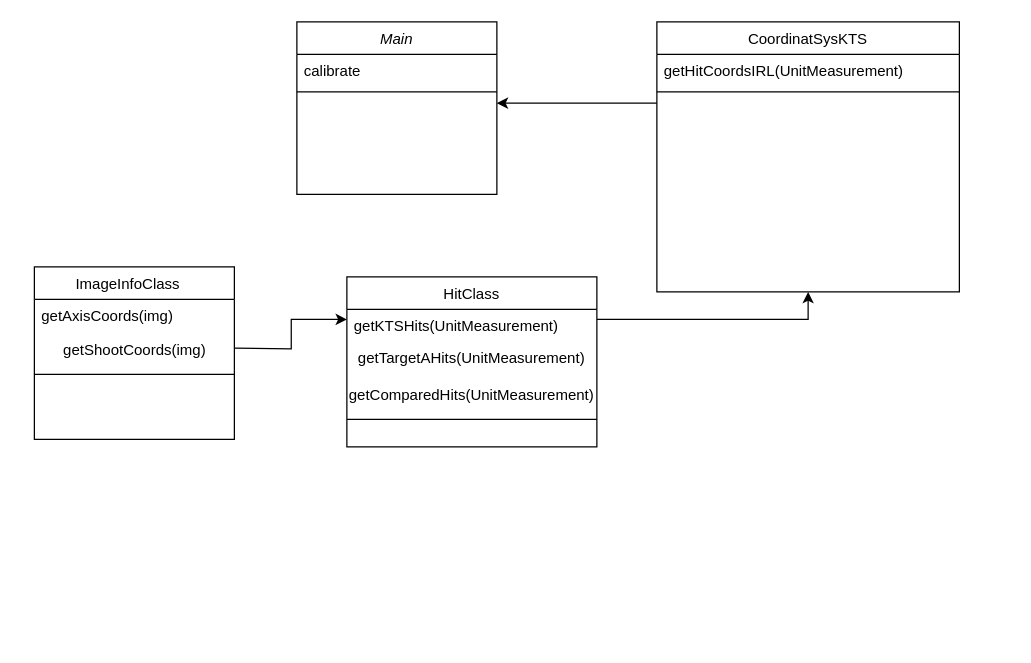
Sauel2000/WebBachelor keeps this draw.io diagram as Program/samuel_filer/ClassCommunication.drawio. Above is the earlier version. Source tidied: cells renumbered, new cells numbered last; positions are measured from the earlier drawing's top-left corner, leaving out a move shared by most shapes. Both pictures are drawn from the tidied source at 125%, with x=0, y=0 at pixel (34, 21).
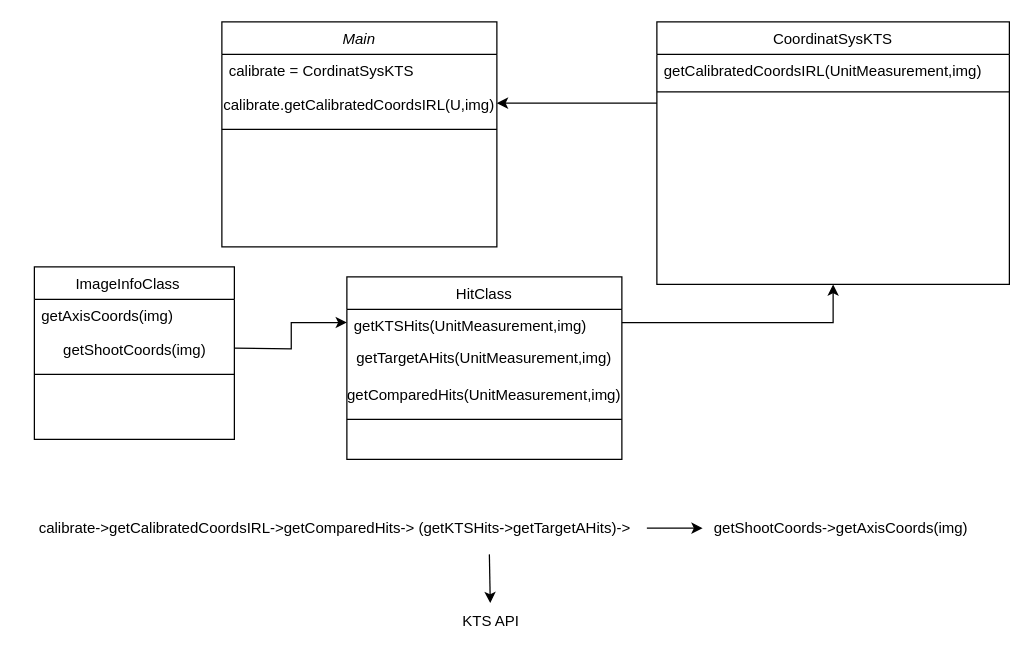
After the change.

What changed in the source:
```diff
@@
     <mxCell id="2" value="Main" style="swimlane;fontStyle=2;align=center;verticalAlign=top;horizontal=1;startSize=26;rounded=0;shadow=0;strokeWidth=1;" parent="1" vertex="1">
-      <mxGeometry x="210" width="160" height="138" as="geometry" />
+      <mxGeometry x="150" width="220" height="180" as="geometry" />
     </mxCell>
-    <mxCell id="3" value="calibrate" style="text;align=left;verticalAlign=top;spacingLeft=4;spacingRight=4;overflow=hidden;" parent="2" vertex="1">
-      <mxGeometry y="26" width="160" height="26" as="geometry" />
+    <mxCell id="3" value="calibrate = CordinatSysKTS" style="text;align=left;verticalAlign=top;spacingLeft=4;spacingRight=4;overflow=hidden;" parent="2" vertex="1">
+      <mxGeometry y="26" width="220" height="26" as="geometry" />
     </mxCell>
+    <mxCell id="20" value="calibrate.getCalibratedCoordsIRL(U,img)" style="text;html=1;strokeColor=none;fillColor=none;align=center;verticalAlign=middle;whiteSpace=wrap;rounded=0;" parent="2" vertex="1">
+      <mxGeometry y="52" width="220" height="30" as="geometry" />
+    </mxCell>
     <mxCell id="4" style="line;html=1;strokeWidth=1;align=left;verticalAlign=middle;spacingTop=-1;spacingLeft=3;spacingRight=3;labelPosition=right;" parent="2" vertex="1">
-      <mxGeometry y="52" width="160" height="8" as="geometry" />
+      <mxGeometry y="82" width="220" height="8" as="geometry" />
     </mxCell>
@@
     <mxCell id="10" value="HitClass" style="swimlane;fontStyle=0;align=center;verticalAlign=top;horizontal=1;startSize=26;rounded=0;shadow=0;strokeWidth=1;" parent="1" vertex="1">
-      <mxGeometry x="250" y="204" width="200" height="136" as="geometry" />
+      <mxGeometry x="250" y="204" width="220" height="146" as="geometry" />
     </mxCell>
-    <mxCell id="11" value="getKTSHits(UnitMeasurement)&#10;" style="text;align=left;verticalAlign=top;spacingLeft=4;spacingRight=4;overflow=hidden;" parent="10" vertex="1">
-      <mxGeometry y="26" width="200" height="24" as="geometry" />
+    <mxCell id="11" value="getKTSHits(UnitMeasurement,img)&#10;" style="text;align=left;verticalAlign=top;spacingLeft=4;spacingRight=4;overflow=hidden;" parent="10" vertex="1">
+      <mxGeometry y="26" width="220" height="24" as="geometry" />
     </mxCell>
-    <mxCell id="12" value="getTargetAHits(UnitMeasurement)" style="text;html=1;strokeColor=none;fillColor=none;align=center;verticalAlign=middle;whiteSpace=wrap;rounded=0;" parent="10" vertex="1">
-      <mxGeometry y="50" width="200" height="30" as="geometry" />
+    <mxCell id="12" value="getTargetAHits(UnitMeasurement,img)" style="text;html=1;strokeColor=none;fillColor=none;align=center;verticalAlign=middle;whiteSpace=wrap;rounded=0;" parent="10" vertex="1">
+      <mxGeometry y="50" width="220" height="30" as="geometry" />
     </mxCell>
-    <mxCell id="13" value="getComparedHits(UnitMeasurement)" style="text;html=1;strokeColor=none;fillColor=none;align=center;verticalAlign=middle;whiteSpace=wrap;rounded=0;" parent="10" vertex="1">
-      <mxGeometry y="80" width="200" height="30" as="geometry" />
+    <mxCell id="13" value="getComparedHits(UnitMeasurement,img)" style="text;html=1;strokeColor=none;fillColor=none;align=center;verticalAlign=middle;whiteSpace=wrap;rounded=0;" parent="10" vertex="1">
+      <mxGeometry y="80" width="220" height="30" as="geometry" />
     </mxCell>
     <mxCell id="14" style="line;html=1;strokeWidth=1;align=left;verticalAlign=middle;spacingTop=-1;spacingLeft=3;spacingRight=3;labelPosition=right;" parent="10" vertex="1">
-      <mxGeometry y="110" width="200" height="8" as="geometry" />
+      <mxGeometry y="110" width="220" height="8" as="geometry" />
     </mxCell>
     <mxCell id="15" value="CoordinatSysKTS" style="swimlane;fontStyle=0;align=center;verticalAlign=top;horizontal=1;startSize=26;rounded=0;shadow=0;strokeWidth=1;" parent="1" vertex="1">
-      <mxGeometry x="498" width="242" height="216" as="geometry" />
+      <mxGeometry x="498" width="282" height="210" as="geometry" />
     </mxCell>
-    <mxCell id="16" value="getHitCoordsIRL(UnitMeasurement)&#10;" style="text;align=left;verticalAlign=top;spacingLeft=4;spacingRight=4;overflow=hidden;" parent="15" vertex="1">
-      <mxGeometry y="26" width="242" height="26" as="geometry" />
+    <mxCell id="16" value="getCalibratedCoordsIRL(UnitMeasurement,img)&#10;" style="text;align=left;verticalAlign=top;spacingLeft=4;spacingRight=4;overflow=hidden;" parent="15" vertex="1">
+      <mxGeometry y="26" width="282" height="26" as="geometry" />
     </mxCell>
     <mxCell id="17" style="line;html=1;strokeWidth=1;align=left;verticalAlign=middle;spacingTop=-1;spacingLeft=3;spacingRight=3;labelPosition=right;" parent="15" vertex="1">
-      <mxGeometry y="52" width="242" height="8" as="geometry" />
+      <mxGeometry y="52" width="282" height="8" as="geometry" />
     </mxCell>
@@
+    <mxCell id="21" value="calibrate-&amp;gt;getCalibratedCoordsIRL-&amp;gt;getComparedHits-&amp;gt; (getKTSHits-&amp;gt;getTargetAHits)-&amp;gt;" style="text;html=1;align=center;verticalAlign=middle;points=[];strokeColor=none;fillColor=none;" parent="1" vertex="1">
+      <mxGeometry x="-10" y="390" width="500" height="30" as="geometry" />
+    </mxCell>
+    <mxCell id="22" value="KTS API" style="text;html=1;align=center;verticalAlign=middle;points=[];strokeColor=none;fillColor=none;" parent="1" vertex="1">
+      <mxGeometry x="330" y="465" width="70" height="30" as="geometry" />
+    </mxCell>
+    <mxCell id="23" value="getShootCoords-&amp;gt;getAxisCoords(img)" style="text;html=1;align=center;verticalAlign=middle;points=[];strokeColor=none;fillColor=none;" parent="1" vertex="1">
+      <mxGeometry x="530" y="390" width="230" height="30" as="geometry" />
+    </mxCell>
+    <mxCell id="24" style="endArrow=classic;html=1;rounded=0;entryX=0.02;entryY=0.5;entryDx=0;entryDy=0;entryPerimeter=0;" parent="1" edge="1" source="21" target="23">
+      <mxGeometry relative="1" as="geometry" />
+    </mxCell>
+    <mxCell id="25" style="endArrow=classic;html=1;rounded=0;exitX=0.748;exitY=1.2;exitDx=0;exitDy=0;exitPerimeter=0;" parent="1" edge="1" source="21" target="22">
+      <mxGeometry relative="1" as="geometry" />
+    </mxCell>
```
